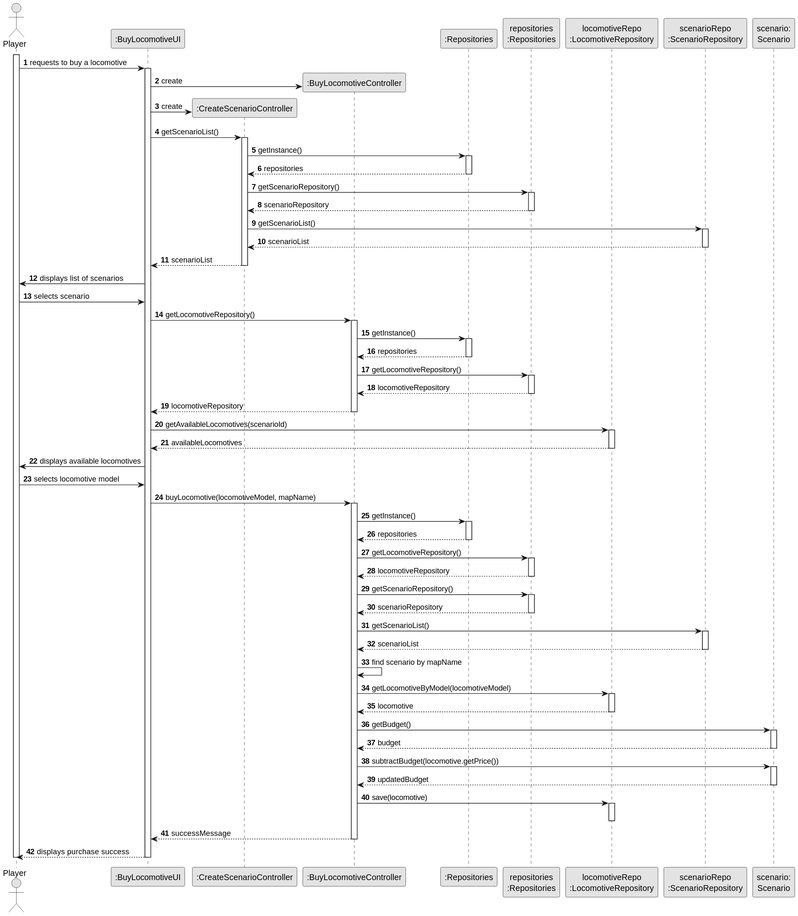
Above: docs/sprint3/us009/03.design/svg/us009-sequence-diagram-full.svg in ivasduarte/all-aboard (PlantUML), before the change.
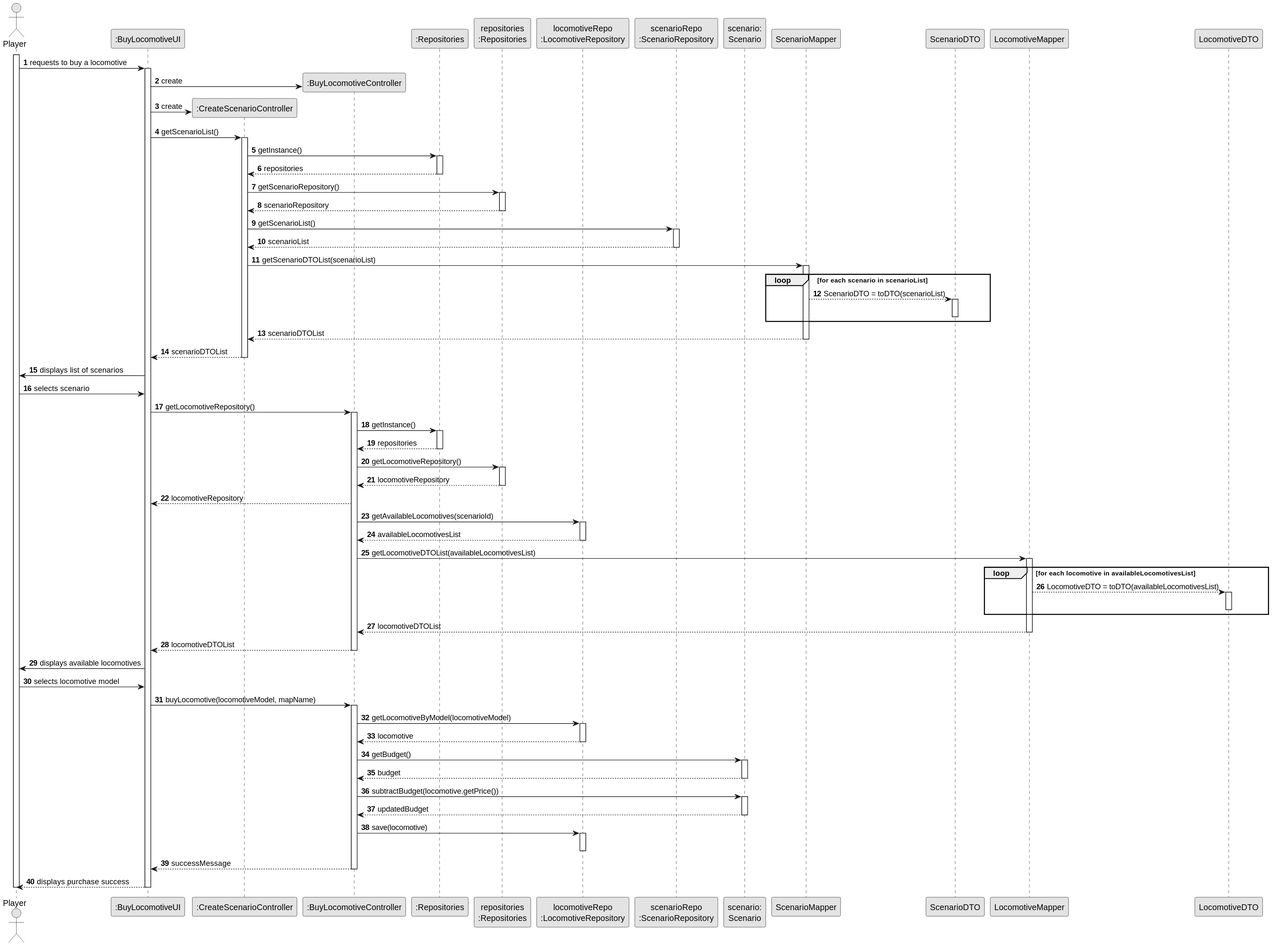
The same diagram one commit later.

The edit, as a diff of the source:
```diff
@@ -14,6 +14,13 @@
 participant "locomotiveRepo\n:LocomotiveRepository" as LocomotiveRepo
 participant "scenarioRepo\n:ScenarioRepository" as ScenarioRepo
 participant "scenario:\nScenario" as ScenarioObj
+participant "ScenarioMapper" as scenariomapper
+participant "ScenarioDTO" as scenariodto
+participant "LocomotiveMapper" as locomapper
+participant "LocomotiveDTO" as locodto
+
+
+
 
 activate Player
 
@@ -40,8 +47,18 @@
 ScenarioRepo --> ScenarioCtrl : scenarioList
 deactivate ScenarioRepo
 
-ScenarioCtrl --> UI : scenarioList
-deactivate ScenarioCtrl
+ScenarioCtrl -> scenariomapper: getScenarioDTOList(scenarioList)
+activate scenariomapper
+loop for each scenario in scenarioList
+                        scenariomapper --> scenariodto : ScenarioDTO = toDTO(scenarioList)
+                            activate scenariodto
+                            deactivate scenariodto
+                    end loop
+    scenariomapper --> ScenarioCtrl: scenarioDTOList
+    deactivate scenariomapper
+   ScenarioCtrl --> UI: scenarioDTOList
+    deactivate ScenarioCtrl
+
 
 UI -> Player : displays list of scenarios
 Player -> UI : selects scenario
@@ -58,12 +75,23 @@
 PLAT --> CTRL : locomotiveRepository
 deactivate PLAT
 CTRL --> UI : locomotiveRepository
-deactivate CTRL
 
-UI -> LocomotiveRepo : getAvailableLocomotives(scenarioId)
+
+CTRL -> LocomotiveRepo : getAvailableLocomotives(scenarioId)
 activate LocomotiveRepo
-LocomotiveRepo --> UI : availableLocomotives
+LocomotiveRepo --> CTRL : availableLocomotivesList
 deactivate LocomotiveRepo
+CTRL -> locomapper: getLocomotiveDTOList(availableLocomotivesList)
+activate locomapper
+loop for each locomotive in availableLocomotivesList
+                        locomapper --> locodto : LocomotiveDTO = toDTO(availableLocomotivesList)
+                            activate locodto
+                            deactivate locodto
+                    end loop
+    locomapper --> CTRL: locomotiveDTOList
+    deactivate locomapper
+   CTRL --> UI: locomotiveDTOList
+    deactivate CTRL
 
 UI -> Player : displays available locomotives
 Player -> UI : selects locomotive model
@@ -71,27 +99,6 @@
 UI -> CTRL : buyLocomotive(locomotiveModel, mapName)
 activate CTRL
 
-CTRL -> reps : getInstance()
-activate reps
-reps --> CTRL : repositories
-deactivate reps
-
-CTRL -> PLAT : getLocomotiveRepository()
-activate PLAT
-PLAT --> CTRL : locomotiveRepository
-deactivate PLAT
-
-CTRL -> PLAT : getScenarioRepository()
-activate PLAT
-PLAT --> CTRL : scenarioRepository
-deactivate PLAT
-
-CTRL -> ScenarioRepo : getScenarioList()
-activate ScenarioRepo
-ScenarioRepo --> CTRL : scenarioList
-deactivate ScenarioRepo
-
-CTRL -> CTRL : find scenario by mapName
 
 CTRL -> LocomotiveRepo : getLocomotiveByModel(locomotiveModel)
 activate LocomotiveRepo
```
